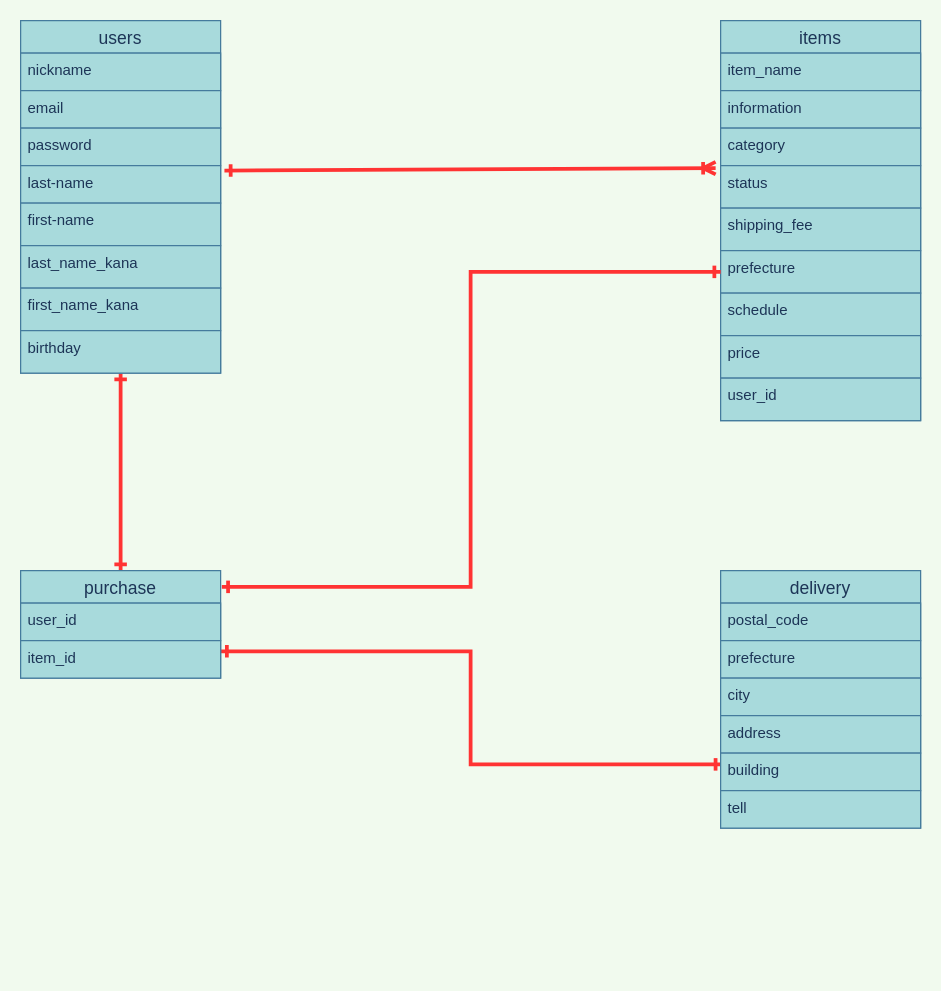
Earlier version of the draw.io diagram er.dio (takatakaakiaki/furima-34589). Source tidied: cells renumbered, new cells numbered last; positions are measured from the earlier drawing's top-left corner, leaving out a move shared by most shapes. Both pictures are drawn from the tidied source at 125%, with x=0, y=0 at pixel (20, 20).
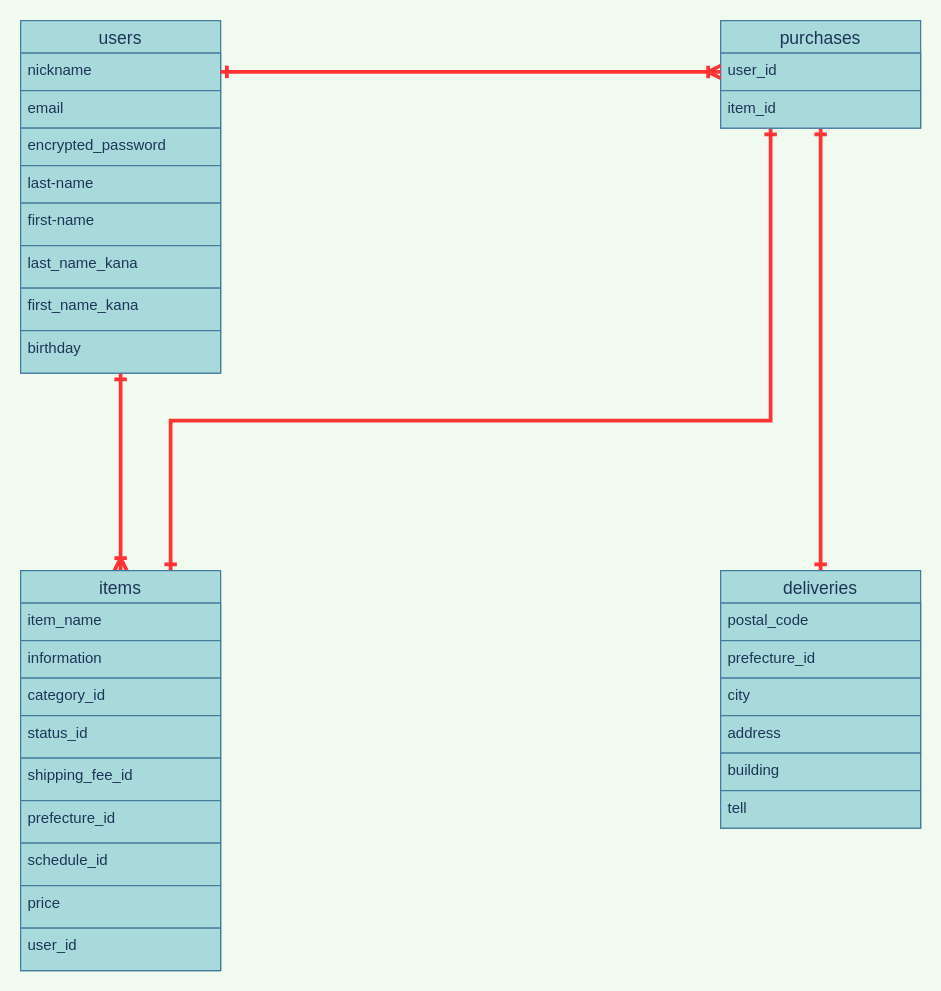
The same diagram, later.

Unchanged cells that the change refers to:
```xml
<mxCell id="3" value="users" style="swimlane;fontStyle=0;horizontal=1;startSize=26;align=center;fontSize=14;fillColor=#A8DADC;strokeColor=#457B9D;fontColor=#1D3557;" parent="1" vertex="1">
  <mxGeometry width="160" height="282" as="geometry" />
</mxCell>
<mxCell id="4" value="nickname" style="text;strokeColor=#457B9D;fillColor=#A8DADC;spacingLeft=4;spacingRight=4;overflow=hidden;points=[[0,0.5],[1,0.5]];portConstraint=eastwest;fontSize=12;fontColor=#1D3557;" parent="3" vertex="1">
  <mxGeometry y="26" width="160" height="30" as="geometry" />
</mxCell>
<mxCell id="7" value="last-name" style="text;strokeColor=#457B9D;fillColor=#A8DADC;spacingLeft=4;spacingRight=4;overflow=hidden;points=[[0,0.5],[1,0.5]];portConstraint=eastwest;fontSize=12;fontColor=#1D3557;" parent="3" vertex="1">
  <mxGeometry y="116" width="160" height="30" as="geometry" />
</mxCell>
<mxCell id="25" value="user_id" style="text;strokeColor=#457B9D;fillColor=#A8DADC;spacingLeft=4;spacingRight=4;overflow=hidden;points=[[0,0.5],[1,0.5]];portConstraint=eastwest;fontSize=12;fontColor=#1D3557;" parent="24" vertex="1">
  <mxGeometry y="26" width="160" height="30" as="geometry" />
</mxCell>
<mxCell id="32" value="building" style="text;strokeColor=#457B9D;fillColor=#A8DADC;spacingLeft=4;spacingRight=4;overflow=hidden;points=[[0,0.5],[1,0.5]];portConstraint=eastwest;fontSize=12;fontColor=#1D3557;" parent="27" vertex="1">
  <mxGeometry y="146" width="160" height="30" as="geometry" />
</mxCell>
```

Diff of the diagram source:
```diff
@@
-    <mxCell id="2" style="edgeStyle=orthogonalEdgeStyle;curved=0;rounded=1;sketch=0;jettySize=auto;html=1;exitX=0.5;exitY=1;exitDx=0;exitDy=0;strokeColor=#FF3333;fillColor=#A8DADC;fontColor=#FF3333;strokeWidth=3;startArrow=ERone;startFill=0;endArrow=ERone;endFill=0;" parent="1" edge="1" source="3" target="24">
+    <mxCell id="2" style="edgeStyle=orthogonalEdgeStyle;curved=0;rounded=1;sketch=0;jettySize=auto;html=1;exitX=0.5;exitY=1;exitDx=0;exitDy=0;strokeColor=#FF3333;fillColor=#A8DADC;fontColor=#FF3333;strokeWidth=3;startArrow=ERone;startFill=0;endArrow=ERoneToMany;endFill=0;entryX=0.5;entryY=0;entryDx=0;entryDy=0;" parent="1" edge="1" source="3" target="12">
       <mxGeometry relative="1" as="geometry" />
     </mxCell>
@@
-    <mxCell id="6" value="password" style="text;strokeColor=#457B9D;fillColor=#A8DADC;spacingLeft=4;spacingRight=4;overflow=hidden;fontSize=12;fontColor=#1D3557;" parent="3" vertex="1">
+    <mxCell id="6" value="encrypted_password" style="text;strokeColor=#457B9D;fillColor=#A8DADC;spacingLeft=4;spacingRight=4;overflow=hidden;fontSize=12;fontColor=#1D3557;" parent="3" vertex="1">
       <mxGeometry y="86" width="160" height="30" as="geometry" />
     </mxCell>
@@
+    <mxCell id="35" style="edgeStyle=orthogonalEdgeStyle;rounded=0;sketch=0;jettySize=auto;html=1;exitX=0.75;exitY=0;exitDx=0;exitDy=0;entryX=0.25;entryY=1;entryDx=0;entryDy=0;startArrow=ERone;startFill=0;endArrow=ERone;endFill=0;strokeColor=#FF3333;strokeWidth=3;fillColor=#A8DADC;fontColor=#FF3333;" parent="1" edge="1" source="12" target="24">
+      <mxGeometry relative="1" as="geometry">
+        <Array as="points">
+          <mxPoint x="120" y="320" />
+          <mxPoint x="600" y="320" />
+        </Array>
+      </mxGeometry>
+    </mxCell>
     <mxCell id="12" value="items" style="swimlane;fontStyle=0;horizontal=1;startSize=26;align=center;fontSize=14;fillColor=#A8DADC;strokeColor=#457B9D;fontColor=#1D3557;" parent="1" vertex="1">
-      <mxGeometry x="560" width="160" height="320" as="geometry" />
+      <mxGeometry y="440" width="160" height="320" as="geometry" />
     </mxCell>
@@
-    <mxCell id="15" value="category" style="text;strokeColor=#457B9D;fillColor=#A8DADC;spacingLeft=4;spacingRight=4;overflow=hidden;fontSize=12;fontColor=#1D3557;" parent="12" vertex="1">
+    <mxCell id="15" value="category_id" style="text;strokeColor=#457B9D;fillColor=#A8DADC;spacingLeft=4;spacingRight=4;overflow=hidden;fontSize=12;fontColor=#1D3557;" parent="12" vertex="1">
       <mxGeometry y="86" width="160" height="30" as="geometry" />
     </mxCell>
-    <mxCell id="16" value="status" style="text;strokeColor=#457B9D;fillColor=#A8DADC;spacingLeft=4;spacingRight=4;overflow=hidden;points=[[0,0.5],[1,0.5]];portConstraint=eastwest;fontSize=12;fontColor=#1D3557;" parent="12" vertex="1">
+    <mxCell id="16" value="status_id" style="text;strokeColor=#457B9D;fillColor=#A8DADC;spacingLeft=4;spacingRight=4;overflow=hidden;points=[[0,0.5],[1,0.5]];portConstraint=eastwest;fontSize=12;fontColor=#1D3557;" parent="12" vertex="1">
       <mxGeometry y="116" width="160" height="34" as="geometry" />
     </mxCell>
-    <mxCell id="17" value="shipping_fee" style="text;strokeColor=#457B9D;fillColor=#A8DADC;spacingLeft=4;spacingRight=4;overflow=hidden;fontSize=12;fontColor=#1D3557;" parent="12" vertex="1">
+    <mxCell id="17" value="shipping_fee_id" style="text;strokeColor=#457B9D;fillColor=#A8DADC;spacingLeft=4;spacingRight=4;overflow=hidden;fontSize=12;fontColor=#1D3557;" parent="12" vertex="1">
       <mxGeometry y="150" width="160" height="34" as="geometry" />
     </mxCell>
-    <mxCell id="18" value="prefecture" style="text;strokeColor=#457B9D;fillColor=#A8DADC;spacingLeft=4;spacingRight=4;overflow=hidden;points=[[0,0.5],[1,0.5]];portConstraint=eastwest;fontSize=12;fontColor=#1D3557;" parent="12" vertex="1">
+    <mxCell id="18" value="prefecture_id" style="text;strokeColor=#457B9D;fillColor=#A8DADC;spacingLeft=4;spacingRight=4;overflow=hidden;points=[[0,0.5],[1,0.5]];portConstraint=eastwest;fontSize=12;fontColor=#1D3557;" parent="12" vertex="1">
       <mxGeometry y="184" width="160" height="34" as="geometry" />
     </mxCell>
-    <mxCell id="19" value="schedule" style="text;strokeColor=#457B9D;fillColor=#A8DADC;spacingLeft=4;spacingRight=4;overflow=hidden;fontSize=12;fontColor=#1D3557;" parent="12" vertex="1">
+    <mxCell id="19" value="schedule_id" style="text;strokeColor=#457B9D;fillColor=#A8DADC;spacingLeft=4;spacingRight=4;overflow=hidden;fontSize=12;fontColor=#1D3557;" parent="12" vertex="1">
       <mxGeometry y="218" width="160" height="34" as="geometry" />
     </mxCell>
@@
-    <mxCell id="22" style="edgeStyle=orthogonalEdgeStyle;rounded=0;sketch=0;jettySize=auto;html=1;exitX=1.006;exitY=0.151;exitDx=0;exitDy=0;startArrow=ERone;startFill=0;endArrow=ERone;endFill=0;strokeColor=#FF3333;strokeWidth=3;fillColor=#A8DADC;fontColor=#FF3333;entryX=0;entryY=0.5;entryDx=0;entryDy=0;exitPerimeter=0;" parent="1" edge="1" source="24" target="18">
-      <mxGeometry relative="1" as="geometry" />
-    </mxCell>
-    <mxCell id="23" style="edgeStyle=orthogonalEdgeStyle;rounded=0;sketch=0;jettySize=auto;html=1;exitX=1;exitY=0.75;exitDx=0;exitDy=0;entryX=0.006;entryY=0.3;entryDx=0;entryDy=0;entryPerimeter=0;startArrow=ERone;startFill=0;endArrow=ERone;endFill=0;strokeColor=#FF3333;strokeWidth=3;fillColor=#A8DADC;fontColor=#FF3333;" parent="1" edge="1" source="24" target="32">
-      <mxGeometry relative="1" as="geometry" />
-    </mxCell>
+    <mxCell id="36" style="edgeStyle=orthogonalEdgeStyle;rounded=0;sketch=0;jettySize=auto;html=1;exitX=0.5;exitY=1;exitDx=0;exitDy=0;startArrow=ERone;startFill=0;endArrow=ERone;endFill=0;strokeColor=#FF3333;strokeWidth=3;fillColor=#A8DADC;fontColor=#FF3333;entryX=0.5;entryY=0;entryDx=0;entryDy=0;" parent="1" edge="1" source="24" target="27">
+      <mxGeometry relative="1" as="geometry" />
+    </mxCell>
-    <mxCell id="24" value="purchase" style="swimlane;fontStyle=0;horizontal=1;startSize=26;align=center;fontSize=14;fillColor=#A8DADC;strokeColor=#457B9D;fontColor=#1D3557;" parent="1" vertex="1">
-      <mxGeometry y="440" width="160" height="86" as="geometry" />
+    <mxCell id="24" value="purchases" style="swimlane;fontStyle=0;horizontal=1;startSize=26;align=center;fontSize=14;fillColor=#A8DADC;strokeColor=#457B9D;fontColor=#1D3557;" parent="1" vertex="1">
+      <mxGeometry x="560" width="160" height="86" as="geometry" />
     </mxCell>
@@
-    <mxCell id="27" value="delivery" style="swimlane;fontStyle=0;horizontal=1;startSize=26;align=center;fontSize=14;fillColor=#A8DADC;strokeColor=#457B9D;fontColor=#1D3557;" parent="1" vertex="1">
+    <mxCell id="27" value="deliveries" style="swimlane;fontStyle=0;horizontal=1;startSize=26;align=center;fontSize=14;fillColor=#A8DADC;strokeColor=#457B9D;fontColor=#1D3557;" parent="1" vertex="1">
       <mxGeometry x="560" y="440" width="160" height="206" as="geometry" />
     </mxCell>
@@
-    <mxCell id="29" value="prefecture" style="text;strokeColor=#457B9D;fillColor=#A8DADC;spacingLeft=4;spacingRight=4;overflow=hidden;fontSize=12;fontColor=#1D3557;" parent="27" vertex="1">
+    <mxCell id="29" value="prefecture_id" style="text;strokeColor=#457B9D;fillColor=#A8DADC;spacingLeft=4;spacingRight=4;overflow=hidden;fontSize=12;fontColor=#1D3557;" parent="27" vertex="1">
       <mxGeometry y="56" width="160" height="30" as="geometry" />
     </mxCell>
@@
-    <mxCell id="34" style="endArrow=ERoneToMany;html=1;rounded=0;strokeWidth=3;entryX=-0.025;entryY=0.059;entryDx=0;entryDy=0;entryPerimeter=0;startArrow=ERone;startFill=0;endFill=0;exitX=1.019;exitY=0.133;exitDx=0;exitDy=0;exitPerimeter=0;labelBackgroundColor=#F1FAEE;fontColor=#1D3557;strokeColor=#FF3333;" parent="1" edge="1" source="7" target="16">
-      <mxGeometry relative="1" as="geometry" />
-    </mxCell>
+    <mxCell id="37" style="edgeStyle=orthogonalEdgeStyle;rounded=0;sketch=0;jettySize=auto;html=1;exitX=1;exitY=0.5;exitDx=0;exitDy=0;startArrow=ERone;startFill=0;endArrow=ERoneToMany;endFill=0;strokeColor=#FF3333;strokeWidth=3;fillColor=#A8DADC;fontColor=#FF3333;entryX=0;entryY=0.5;entryDx=0;entryDy=0;" parent="1" edge="1" source="4" target="25">
+      <mxGeometry relative="1" as="geometry" />
+    </mxCell>
```
